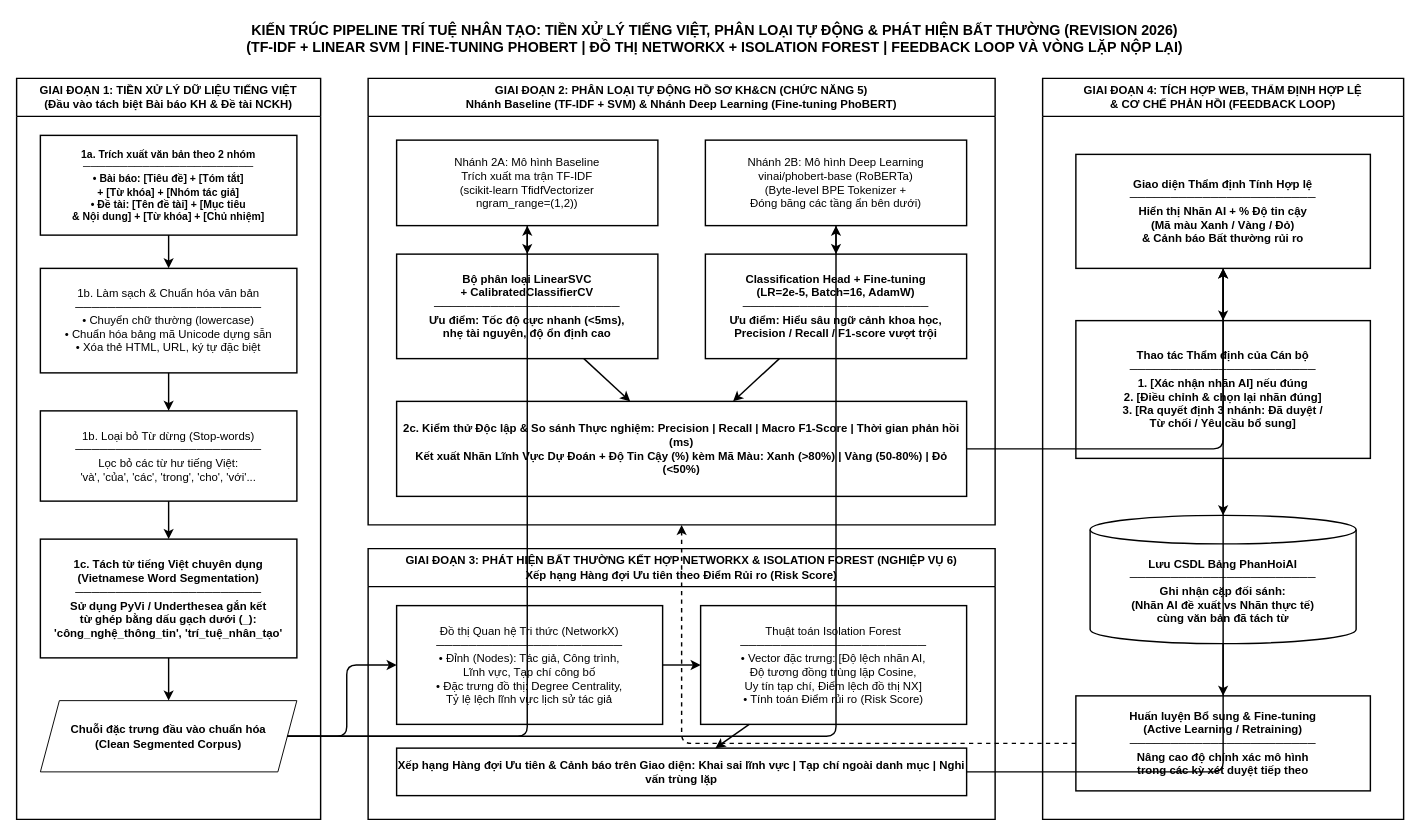
Before: diagrams/06_KienTruc_AI_PhanLoai_Va_BatThuong.drawio in nguyenthanhphat-144/KLCN_2026, a draw.io diagram. Source tidied: cells renumbered, new cells numbered last; positions are measured from the earlier drawing's top-left corner, leaving out a move shared by most shapes. Both pictures are drawn from the tidied source at 95%, with x=0, y=0 at pixel (16, 16).
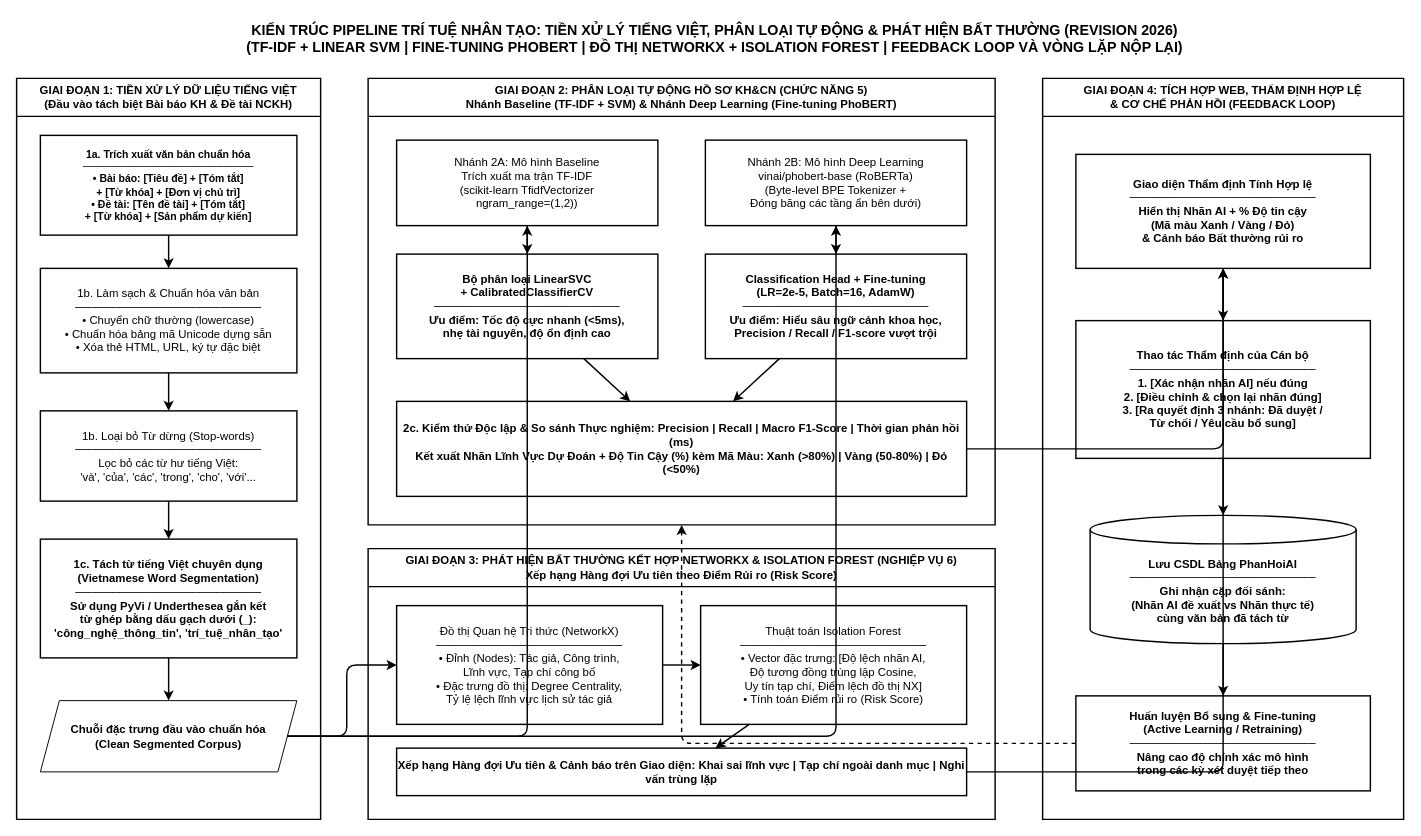
Above is the later version.

The change refers to these unchanged cells:
```xml
<mxCell id="3" value="GIAI ĐOẠN 1: TIỀN XỬ LÝ DỮ LIỆU TIẾNG VIỆT&#10;(Đầu vào tách biệt Bài báo KH &amp; Đề tài NCKH)" style="swimlane;whiteSpace=wrap;html=1;startSize=40;fillColor=#FFFFFF;strokeColor=#000000;strokeWidth=1.5;fontStyle=1;fontSize=12;fontColor=#000000;" parent="1" vertex="1">
  <mxGeometry y="65" width="320" height="780" as="geometry" />
</mxCell>
```

Change to the diagram source:
```diff
@@
-    <mxCell id="4" value="1a. Trích xuất văn bản theo 2 nhóm&#10;───────────────────────&#10;• Bài báo: [Tiêu đề] + [Tóm tắt]&#10;  + [Từ khóa] + [Nhóm tác giả]&#10;• Đề tài: [Tên đề tài] + [Mục tiêu&#10;  &amp; Nội dung] + [Từ khóa] + [Chủ nhiệm]" style="rounded=0;whiteSpace=wrap;html=1;fillColor=#FFFFFF;strokeColor=#000000;strokeWidth=1.5;fontSize=11;fontStyle=1;fontColor=#000000;" parent="3" vertex="1">
+    <mxCell id="4" value="1a. Trích xuất văn bản chuẩn hóa&#10;───────────────────────&#10;• Bài báo: [Tiêu đề] + [Tóm tắt]&#10;  + [Từ khóa] + [Đơn vị chủ trì]&#10;• Đề tài: [Tên đề tài] + [Tóm tắt]&#10;  + [Từ khóa] + [Sản phẩm dự kiến]" style="rounded=0;whiteSpace=wrap;html=1;fillColor=#FFFFFF;strokeColor=#000000;strokeWidth=1.5;fontSize=11;fontStyle=1;fontColor=#000000;" parent="3" vertex="1">
       <mxGeometry x="25" y="60" width="270" height="105" as="geometry" />
     </mxCell>
```
